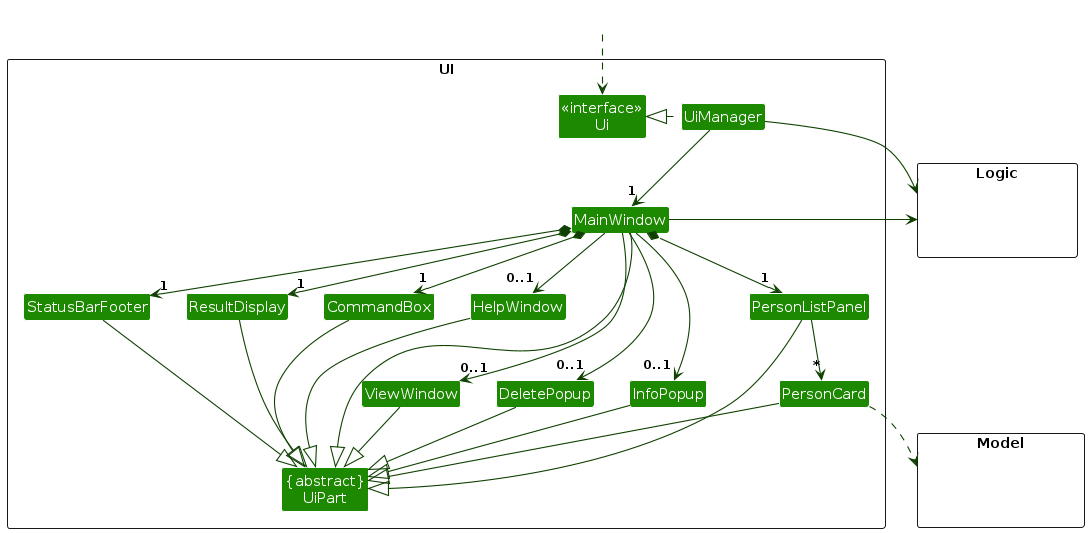
The PlantUML diagram diagrams/UiClassDiagram.png in AY2526S1-CS2103T-F14B-1/tp, before a commit. Its source is kept beside it as diagrams/UiClassDiagram.puml.
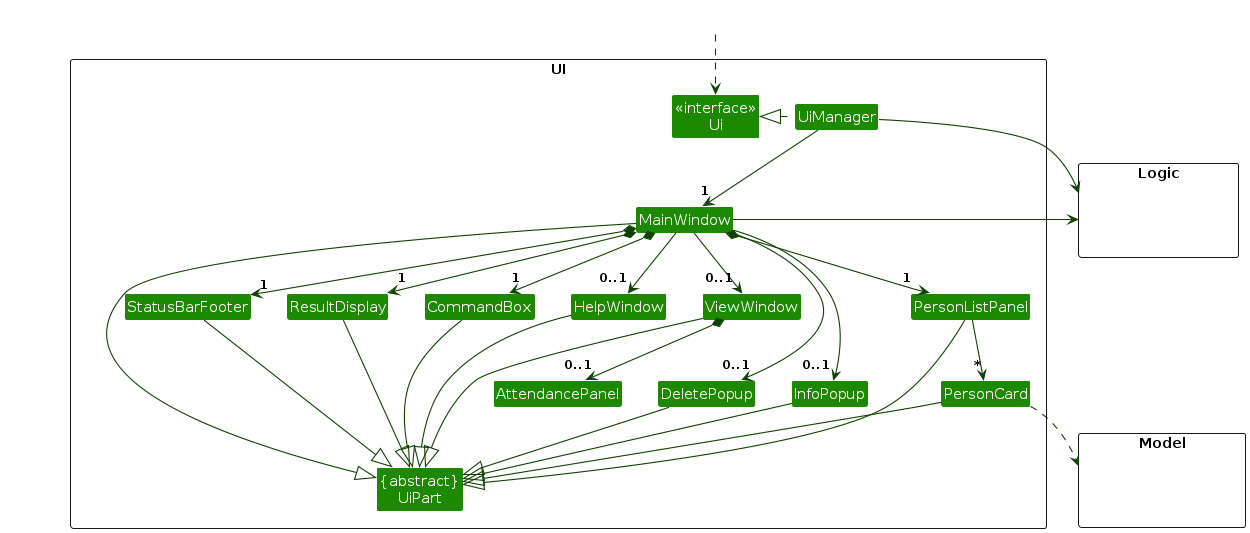
Above is the later version.

Diff of the diagram source:
```diff
@@ -18,6 +18,7 @@
 Class PersonCard
 Class StatusBarFooter
 Class CommandBox
+Class AttendancePanel
 }
 
 package Model <<Rectangle>> {
@@ -41,6 +42,8 @@
 MainWindow --> "0..1" ViewWindow
 MainWindow --> "0..1" DeletePopup
 MainWindow --> "0..1" InfoPopup
+ViewWindow *-down->  "0..1" AttendancePanel
+
 
 PersonListPanel -down-> "*" PersonCard
 
```
